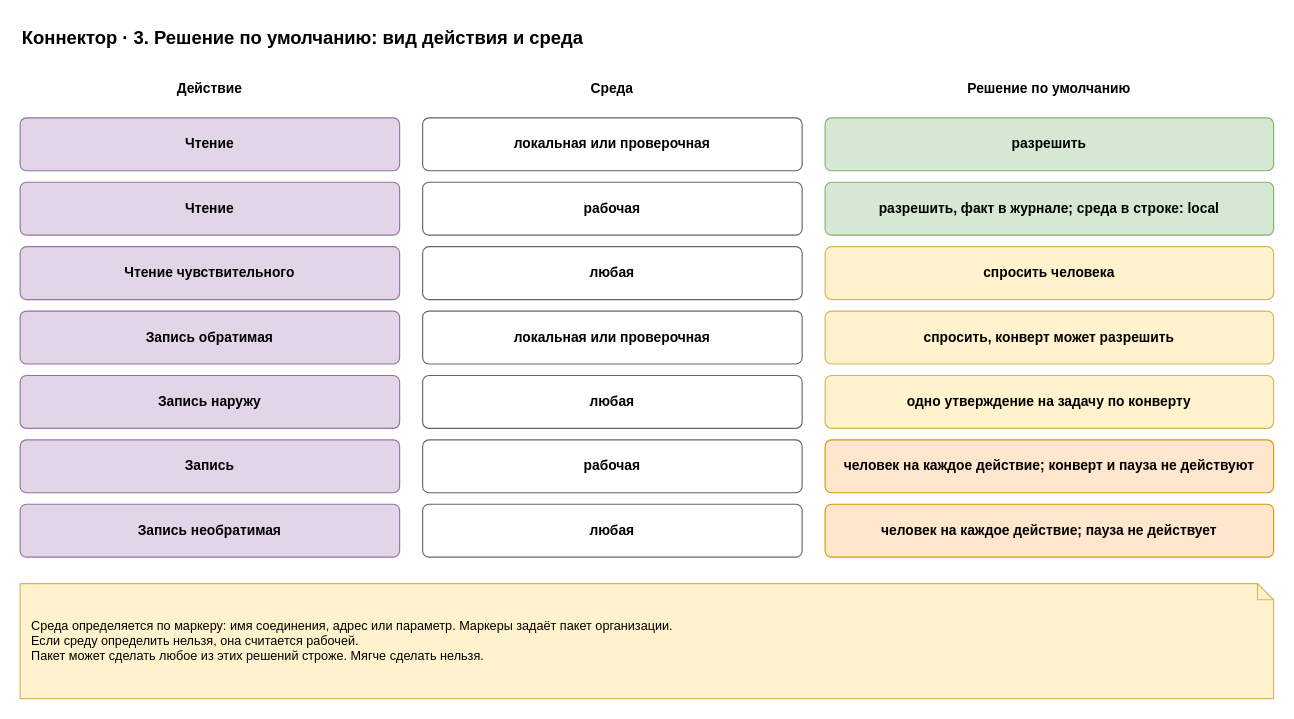
Above: page "3. Среды" (3 of 6) of docs/spec/harness-connector.drawio in roygkov/reins (draw.io), before the change. Source tidied: cells renumbered, new cells numbered last; positions are measured from the earlier drawing's top-left corner, leaving out a move shared by most shapes. Both pictures are drawn from the tidied source at 115%, with x=0, y=0 at pixel (20, 20).
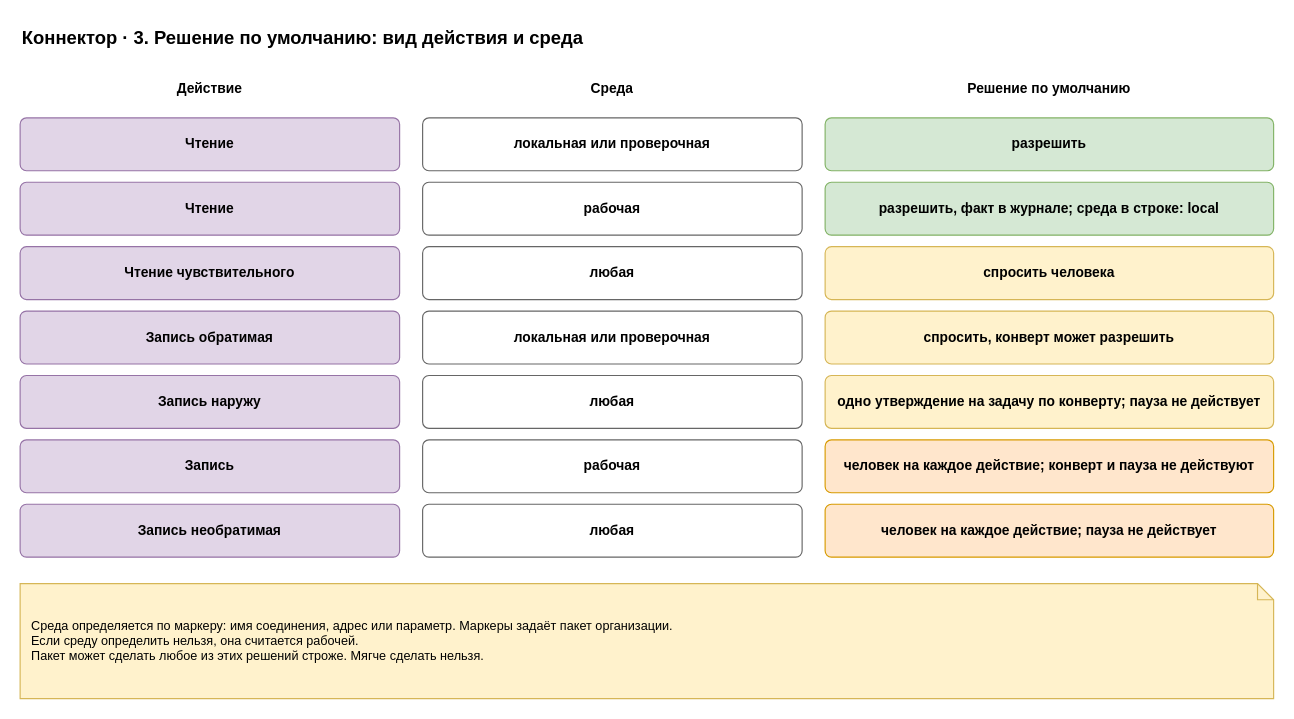
After the change.

Change to the diagram source:
```diff
@@
-    <mxCell id="20" value="&lt;b&gt;одно утверждение на задачу по конверту&lt;/b&gt;" style="rounded=1;whiteSpace=wrap;html=1;fillColor=#fff2cc;strokeColor=#d6b656;arcSize=12;fontStyle=0;" parent="1" vertex="1">
+    <mxCell id="20" value="&lt;b&gt;одно утверждение на задачу по конверту; пауза не действует&lt;/b&gt;" style="rounded=1;whiteSpace=wrap;html=1;fillColor=#fff2cc;strokeColor=#d6b656;arcSize=12;fontStyle=0;" parent="1" vertex="1">
       <mxGeometry x="700" y="309" width="390" height="46" as="geometry" />
     </mxCell>
```
